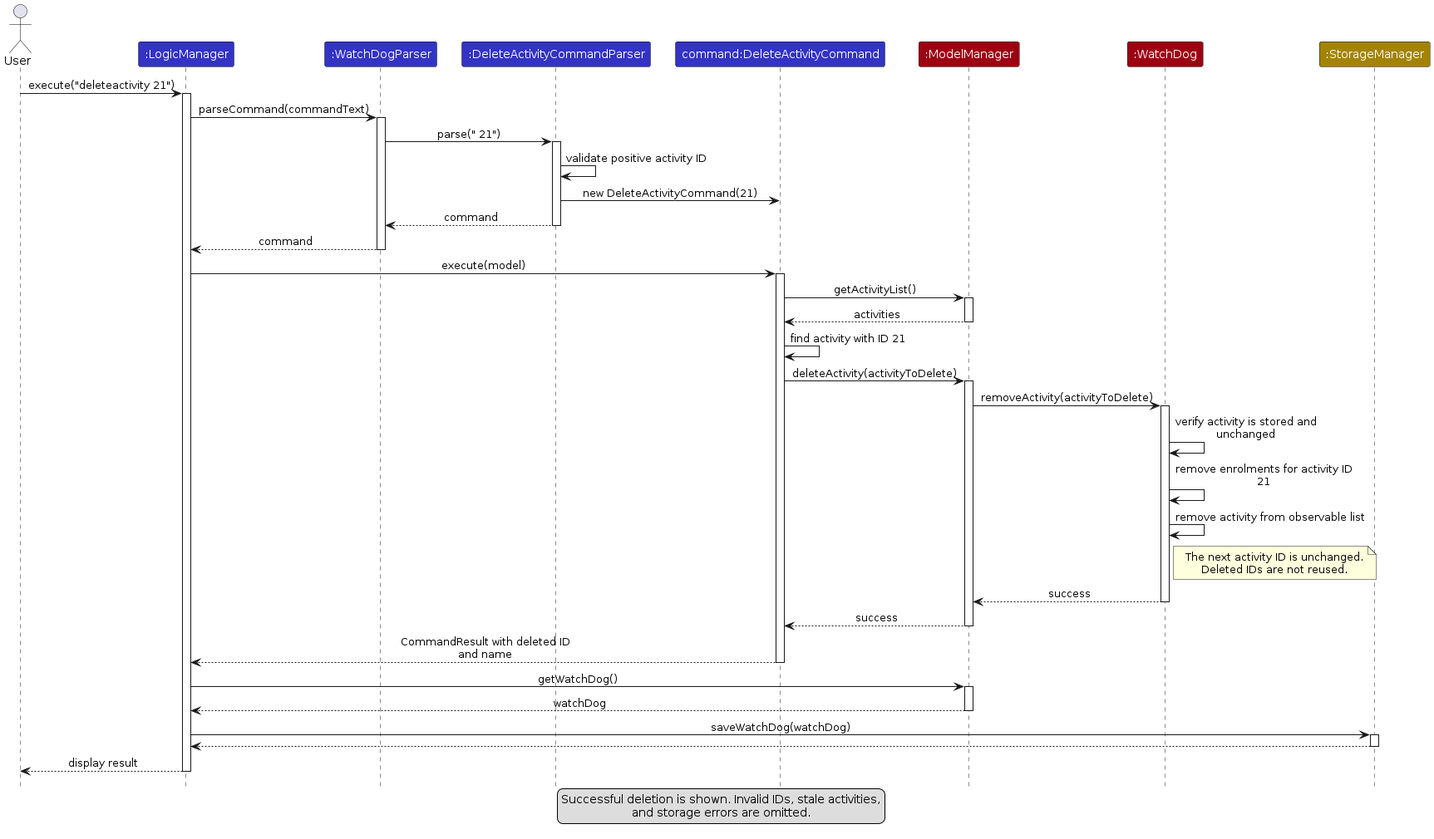
AY2627S1-CS2103T-T15-4/tp keeps this PlantUML diagram as diagrams/DeleteActivitySequenceDiagram.png. Above is the earlier version. Its source is kept beside it as diagrams/DeleteActivitySequenceDiagram.puml.
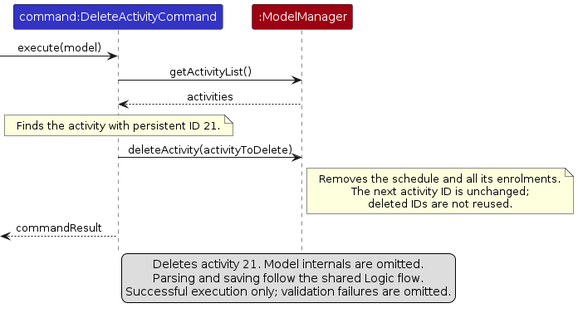
After the commit.

What changed in the source:
```diff
@@ -2,68 +2,28 @@
 !include style.puml
 skinparam ArrowFontStyle plain
 skinparam ParticipantFontColor #FFFFFF
-skinparam maxMessageSize 230
+skinparam maxMessageSize 180
 
-actor User
-participant ":LogicManager" as Logic LOGIC_COLOR
-participant ":WatchDogParser" as Router LOGIC_COLOR
-participant ":DeleteActivityCommandParser" as Parser LOGIC_COLOR
 participant "command:DeleteActivityCommand" as Command LOGIC_COLOR
 participant ":ModelManager" as Model MODEL_COLOR
-participant ":WatchDog" as Book MODEL_COLOR
-participant ":StorageManager" as Storage STORAGE_COLOR
 
-User -> Logic : execute("deleteactivity 21")
-activate Logic
-Logic -> Router : parseCommand(commandText)
-activate Router
-Router -> Parser : parse(" 21")
-activate Parser
-Parser -> Parser : validate positive activity ID
-Parser -> Command : new DeleteActivityCommand(21)
-Parser --> Router : command
-deactivate Parser
-Router --> Logic : command
-deactivate Router
-
-Logic -> Command : execute(model)
-activate Command
+[-> Command : execute(model)
 Command -> Model : getActivityList()
-activate Model
 Model --> Command : activities
-deactivate Model
-Command -> Command : find activity with ID 21
+note over Command
+  Finds the activity with persistent ID 21.
+end note
 Command -> Model : deleteActivity(activityToDelete)
-activate Model
-Model -> Book : removeActivity(activityToDelete)
-activate Book
-Book -> Book : verify activity is stored and unchanged
-Book -> Book : remove enrolments for activity ID 21
-Book -> Book : remove activity from observable list
-note right of Book
-  The next activity ID is unchanged.
-  Deleted IDs are not reused.
+note right of Model
+  Removes the schedule and all its enrolments.
+  The next activity ID is unchanged;
+  deleted IDs are not reused.
 end note
-Book --> Model : success
-deactivate Book
-Model --> Command : success
-deactivate Model
-Command --> Logic : CommandResult with deleted ID and name
-deactivate Command
-
-Logic -> Model : getWatchDog()
-activate Model
-Model --> Logic : watchDog
-deactivate Model
-Logic -> Storage : saveWatchDog(watchDog)
-activate Storage
-Storage --> Logic
-deactivate Storage
-Logic --> User : display result
-deactivate Logic
+[<-- Command : commandResult
 
 legend bottom
-  Successful deletion is shown. Invalid IDs, stale activities,
-  and storage errors are omitted.
+  Deletes activity 21. Model internals are omitted.
+  Parsing and saving follow the shared Logic flow.
+  Successful execution only; validation failures are omitted.
 endlegend
 @enduml
```
